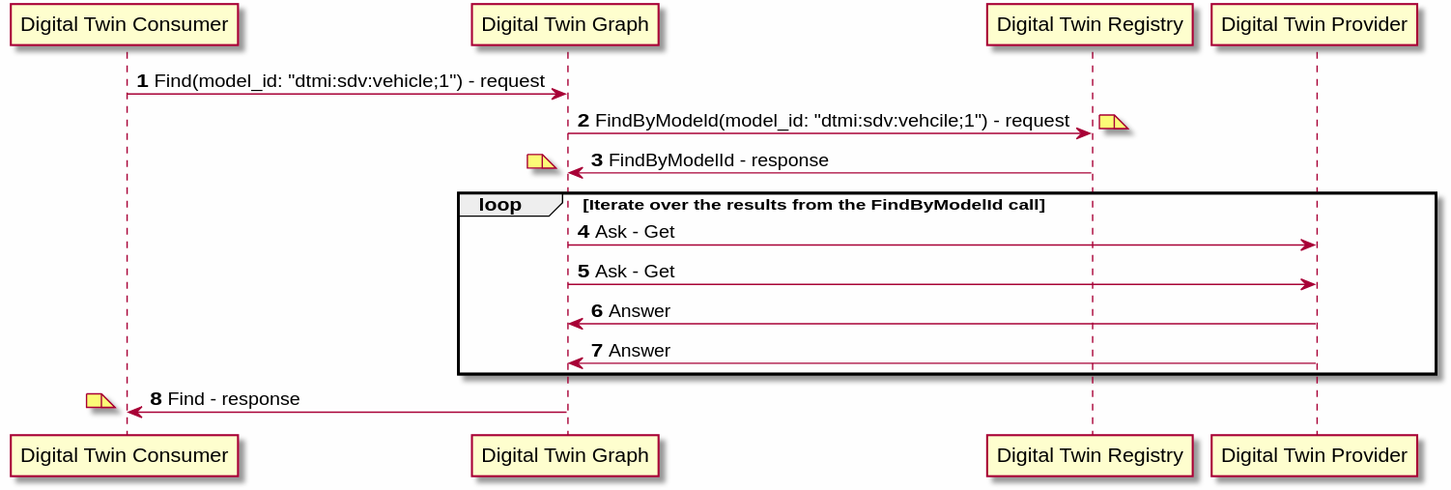
This is docs/design/modules/digital_twin_graph/diagrams/find_sequence.svg from eclipse-ibeji/ibeji, a PlantUML export, as it was before one commit.
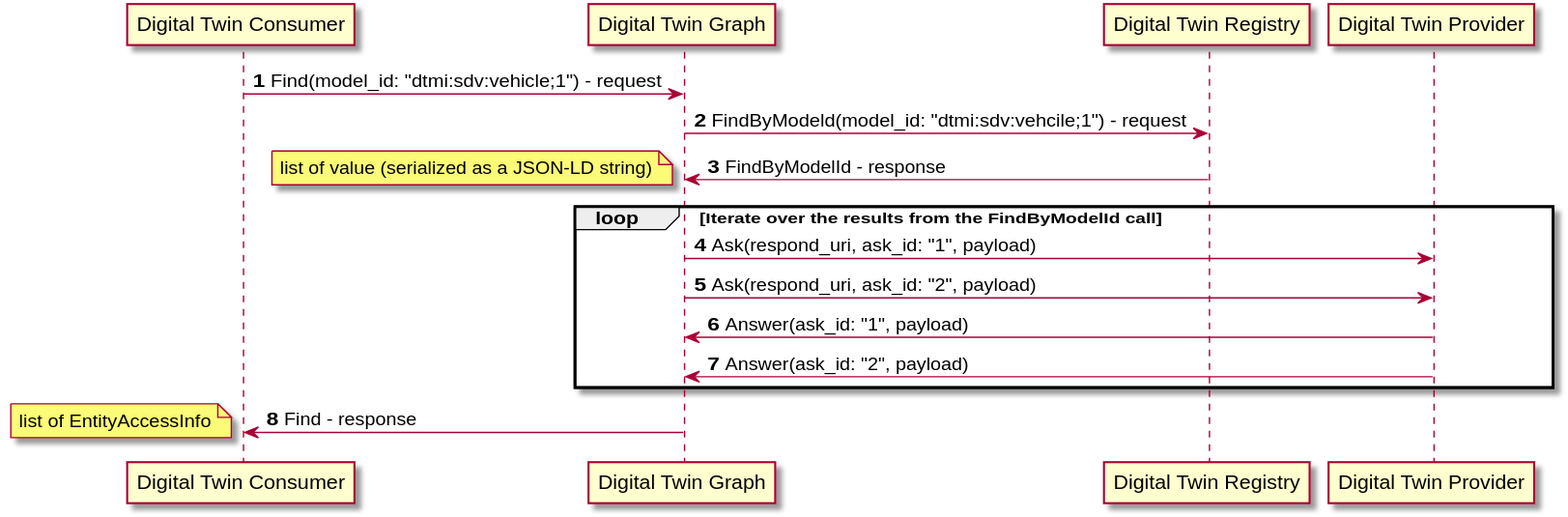
Above is the later version.

Commit message:
Digital Twin Graph

Change to the diagram source:
```diff
@@ -1,5 +1,4 @@
 @startuml
-skinparamlocked backgroundColor fefefe
 
 autonumber
 
@@ -11,21 +10,22 @@
 CONSUMER -> DIGITAL_TWIN_GRAPH: Find(model_id: "dtmi:sdv:vehicle;1") - request
 
 DIGITAL_TWIN_GRAPH -> DIGITAL_TWIN_REGISTRY: FindByModeld(model_id: "dtmi:sdv:vehcile;1") - request
-note right
-end note
+
 DIGITAL_TWIN_GRAPH <- DIGITAL_TWIN_REGISTRY: FindByModelId - response
 note left
+  list of value (serialized as a JSON-LD string)
 end note
 
 loop Iterate over the results from the FindByModelId call
-DIGITAL_TWIN_GRAPH -> PROVIDER: Ask - Get
-DIGITAL_TWIN_GRAPH -> PROVIDER: Ask - Get
-DIGITAL_TWIN_GRAPH <- PROVIDER: Answer
-DIGITAL_TWIN_GRAPH <- PROVIDER: Answer
+DIGITAL_TWIN_GRAPH -> PROVIDER: Ask(respond_uri, ask_id: "1", payload)
+DIGITAL_TWIN_GRAPH -> PROVIDER: Ask(respond_uri, ask_id: "2", payload)
+DIGITAL_TWIN_GRAPH <- PROVIDER: Answer(ask_id: "1", payload)
+DIGITAL_TWIN_GRAPH <- PROVIDER: Answer(ask_id: "2", payload)
 end
 
 CONSUMER <- DIGITAL_TWIN_GRAPH: Find - response
 note left
+  list of EntityAccessInfo
 end note
 
 @enduml
```
